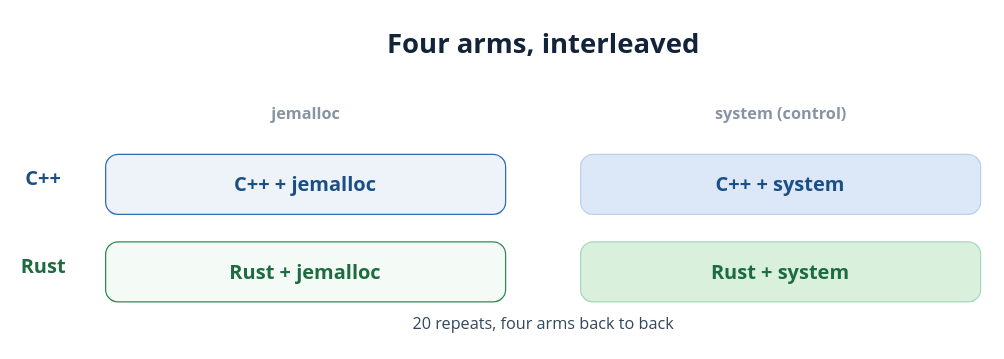
The draw.io diagram diagrams/review/visual/F06_four_arms.drawio in VienThanh12/Master-Thesis, before the edit. Source tidied: cells renumbered, new cells numbered last; positions are measured from the earlier drawing's top-left corner, leaving out a move shared by most shapes. Both pictures are drawn from the tidied source at 125%, with x=0, y=0 at pixel (21, 20).
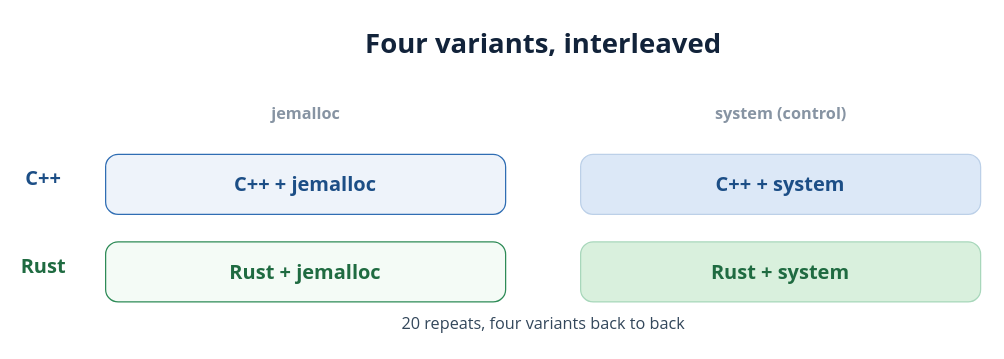
The same page after the edit.

Diff of the diagram source:
```diff
@@
 <mxGraphModel>
   <root>
     <mxCell id="0" />
     <mxCell id="1" parent="0" />
-    <mxCell id="2" value="Four arms, interleaved" style="text;html=1;strokeColor=none;fillColor=none;whiteSpace=nowrap;align=center;verticalAlign=middle;fontSize=22;fontColor=#12233a;fontFamily=Segoe UI;fontStyle=1;" parent="1" vertex="1">
-      <mxGeometry x="285.1" y="0.1" width="263.8" height="33" as="geometry" />
+    <mxCell id="2" value="Four variants, interleaved" style="text;html=1;strokeColor=none;fillColor=none;whiteSpace=nowrap;align=center;verticalAlign=middle;fontSize=22;fontColor=#12233a;fontFamily=Segoe UI;fontStyle=1;" parent="1" vertex="1">
+      <mxGeometry x="261.1" y="0.1" width="311.7" height="33" as="geometry" />
     </mxCell>
     <mxCell id="3" value="jemalloc" style="text;html=1;strokeColor=none;fillColor=none;whiteSpace=nowrap;align=center;verticalAlign=middle;fontSize=13;fontColor=#8794a3;fontFamily=Segoe UI;fontStyle=1;" parent="1" vertex="1">
       <mxGeometry x="198.7" y="64.7" width="56.7" height="19.5" as="geometry" />
     </mxCell>
     <mxCell id="4" value="system (control)" style="text;html=1;strokeColor=none;fillColor=none;whiteSpace=nowrap;align=center;verticalAlign=middle;fontSize=13;fontColor=#8794a3;fontFamily=Segoe UI;fontStyle=1;" parent="1" vertex="1">
       <mxGeometry x="550.3" y="64.7" width="113.4" height="19.5" as="geometry" />
     </mxCell>
     <mxCell id="5" value="C++" style="text;html=1;strokeColor=none;fillColor=none;whiteSpace=nowrap;align=center;verticalAlign=middle;fontSize=16;fontColor=#1c4e86;fontFamily=Segoe UI;fontStyle=1;" parent="1" vertex="1">
       <mxGeometry x="3.9" y="113.8" width="26.2" height="24" as="geometry" />
     </mxCell>
     <mxCell id="6" value="Rust" style="text;html=1;strokeColor=none;fillColor=none;whiteSpace=nowrap;align=center;verticalAlign=middle;fontSize=16;fontColor=#1f6b41;fontFamily=Segoe UI;fontStyle=1;" parent="1" vertex="1">
       <mxGeometry x="-0.4" y="183.8" width="34.9" height="24" as="geometry" />
     </mxCell>
     <mxCell id="7" value="C++  +  jemalloc" style="rounded=1;absoluteArcSize=1;arcSize=20;whiteSpace=wrap;html=1;fillColor=#eef3fa;strokeColor=#2f6db3;align=center;verticalAlign=middle;fontSize=16;fontColor=#1c4e86;fontFamily=Segoe UI;fontStyle=1;" parent="1" vertex="1">
       <mxGeometry x="67" y="107" width="320" height="48" as="geometry" />
     </mxCell>
     <mxCell id="8" value="C++  +  system" style="rounded=1;absoluteArcSize=1;arcSize=20;whiteSpace=wrap;html=1;fillColor=#dce8f7;strokeColor=#bcd0e8;align=center;verticalAlign=middle;fontSize=16;fontColor=#1c4e86;fontFamily=Segoe UI;fontStyle=1;" parent="1" vertex="1">
       <mxGeometry x="447" y="107" width="320" height="48" as="geometry" />
     </mxCell>
     <mxCell id="9" value="Rust  +  jemalloc" style="rounded=1;absoluteArcSize=1;arcSize=20;whiteSpace=wrap;html=1;fillColor=#f4fbf6;strokeColor=#2e8b57;align=center;verticalAlign=middle;fontSize=16;fontColor=#1f6b41;fontFamily=Segoe UI;fontStyle=1;" parent="1" vertex="1">
       <mxGeometry x="67" y="177" width="320" height="48" as="geometry" />
     </mxCell>
     <mxCell id="10" value="Rust  +  system" style="rounded=1;absoluteArcSize=1;arcSize=20;whiteSpace=wrap;html=1;fillColor=#d9f0dd;strokeColor=#a8d7bb;align=center;verticalAlign=middle;fontSize=16;fontColor=#1f6b41;fontFamily=Segoe UI;fontStyle=1;" parent="1" vertex="1">
       <mxGeometry x="447" y="177" width="320" height="48" as="geometry" />
     </mxCell>
-    <mxCell id="11" value="20 repeats, four arms back to back" style="text;html=1;strokeColor=none;fillColor=none;whiteSpace=nowrap;align=center;verticalAlign=middle;fontSize=13;fontColor=#33475b;fontFamily=Segoe UI;" parent="1" vertex="1">
-      <mxGeometry x="296.6" y="232.7" width="240.9" height="19.5" as="geometry" />
+    <mxCell id="11" value="20 repeats, four variants back to back" style="text;html=1;strokeColor=none;fillColor=none;whiteSpace=nowrap;align=center;verticalAlign=middle;fontSize=13;fontColor=#33475b;fontFamily=Segoe UI;" parent="1" vertex="1">
+      <mxGeometry x="282.4" y="232.7" width="269.2" height="19.5" as="geometry" />
     </mxCell>
   </root>
 </mxGraphModel>
```
